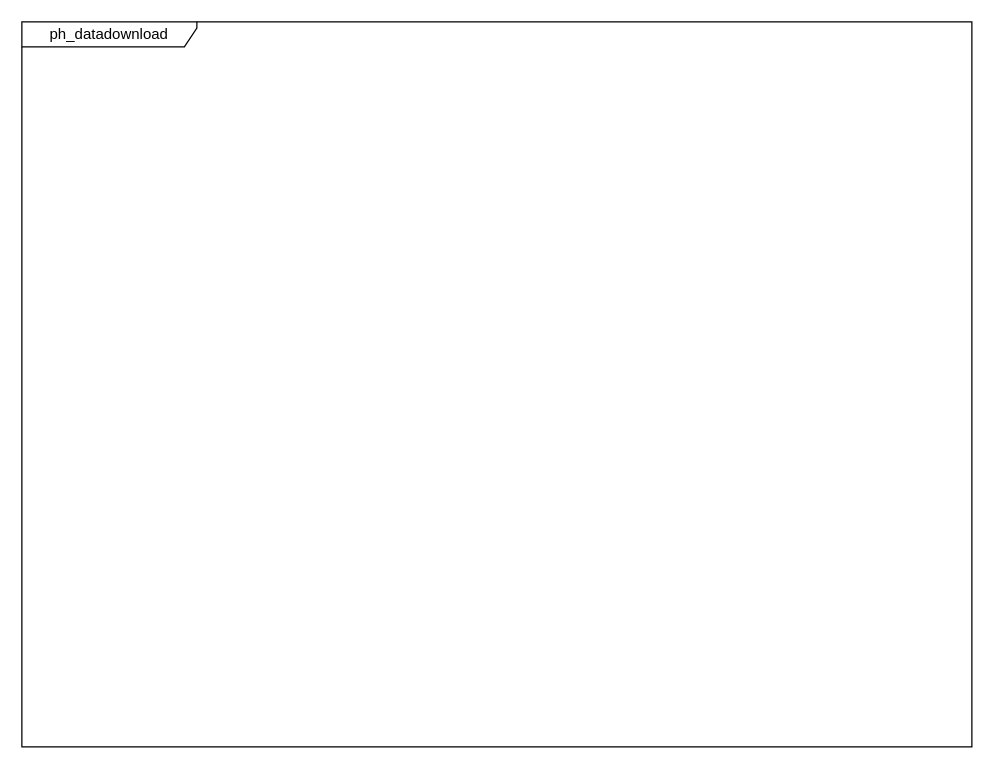
This is page "ph_datadownload" (2 of 3) of state_machine.drawio from sownthunder/sownthunder.github.io, a draw.io file, before an edit. Source tidied: cells renumbered, new cells numbered last; positions are measured from the earlier drawing's top-left corner, leaving out a move shared by most shapes. Both pictures are drawn from the tidied source at 125%, with x=0, y=0 at pixel (21, 21).
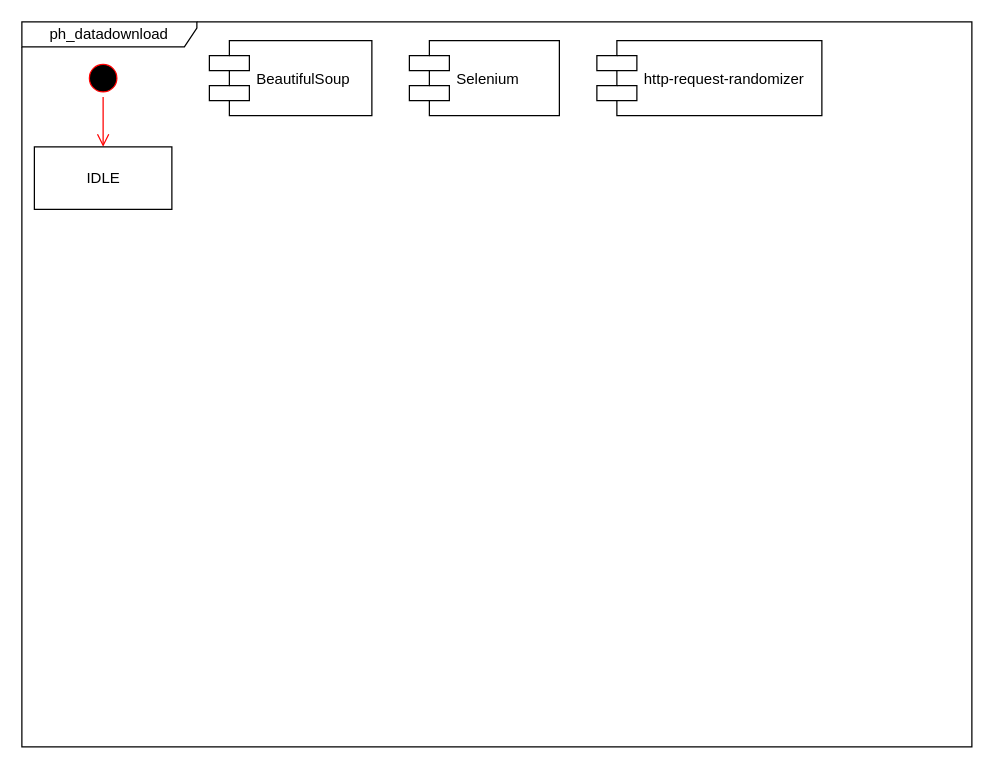
The same diagram, later.

Change to the diagram source:
```diff
@@
 <mxGraphModel>
   <root>
     <mxCell id="0" />
     <mxCell id="1" parent="0" />
     <mxCell id="2" value="ph_datadownload" style="shape=umlFrame;whiteSpace=wrap;html=1;width=140;height=20;" parent="1" vertex="1">
       <mxGeometry width="760" height="580" as="geometry" />
     </mxCell>
+    <mxCell id="3" style="ellipse;html=1;shape=startState;fillColor=#000000;strokeColor=#ff0000;" parent="1" vertex="1">
+      <mxGeometry x="50" y="30" width="30" height="30" as="geometry" />
+    </mxCell>
+    <mxCell id="4" style="edgeStyle=orthogonalEdgeStyle;html=1;verticalAlign=bottom;endArrow=open;endSize=8;strokeColor=#ff0000;" parent="1" edge="1" source="3" target="5">
+      <mxGeometry relative="1" as="geometry" />
+    </mxCell>
+    <mxCell id="5" value="IDLE" style="html=1;" parent="1" vertex="1">
+      <mxGeometry x="10" y="100" width="110" height="50" as="geometry" />
+    </mxCell>
+    <mxCell id="6" value="BeautifulSoup" style="shape=component;align=left;spacingLeft=36;" parent="1" vertex="1">
+      <mxGeometry x="150" y="15" width="130" height="60" as="geometry" />
+    </mxCell>
+    <mxCell id="7" value="Selenium" style="shape=component;align=left;spacingLeft=36;" parent="1" vertex="1">
+      <mxGeometry x="310" y="15" width="120" height="60" as="geometry" />
+    </mxCell>
+    <mxCell id="8" value="http-request-randomizer" style="shape=component;align=left;spacingLeft=36;" parent="1" vertex="1">
+      <mxGeometry x="460" y="15" width="180" height="60" as="geometry" />
+    </mxCell>
   </root>
 </mxGraphModel>
```
